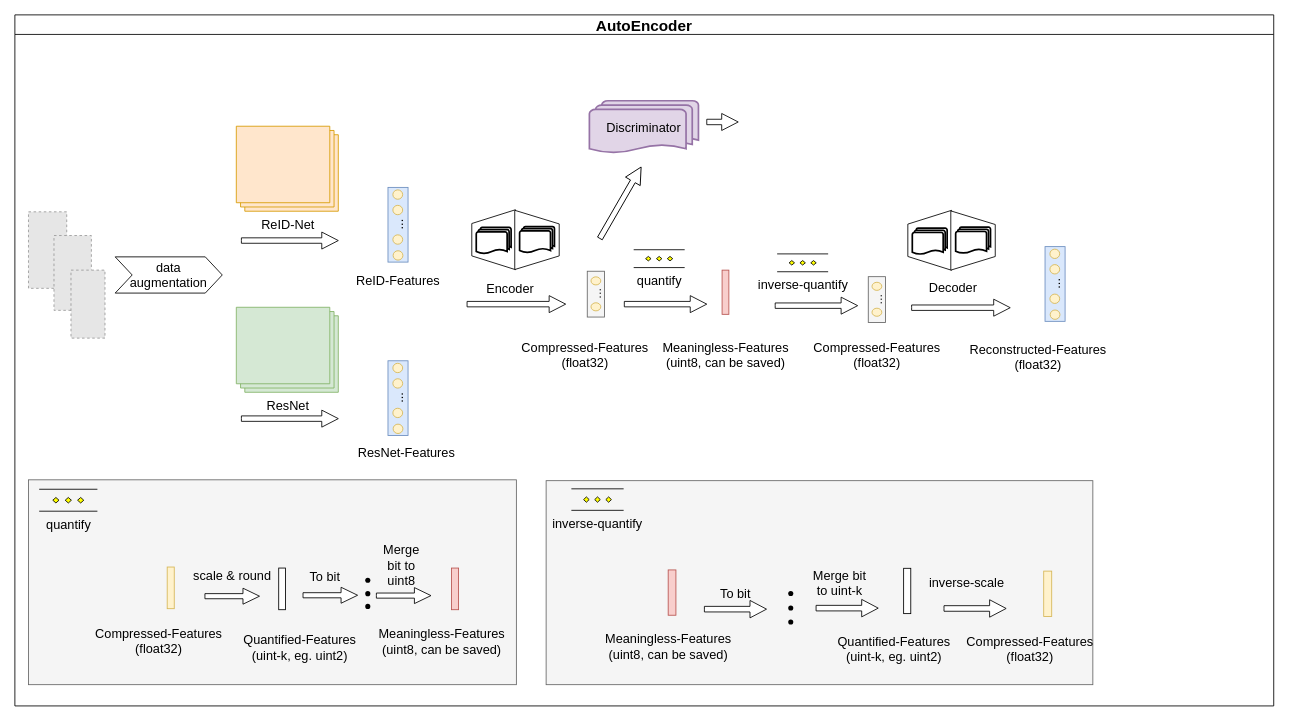
The draw.io diagram ganae.drawio in Wu-Xiang123/Hello-GItHub, before the edit. Source tidied: cells renumbered, new cells numbered last; positions are measured from the earlier drawing's top-left corner, leaving out a move shared by most shapes. Both pictures are drawn from the tidied source at 85%, with x=0, y=0 at pixel (14, 14). Pictures stored in the file or linked from it are replaced by grey dashed boxes.
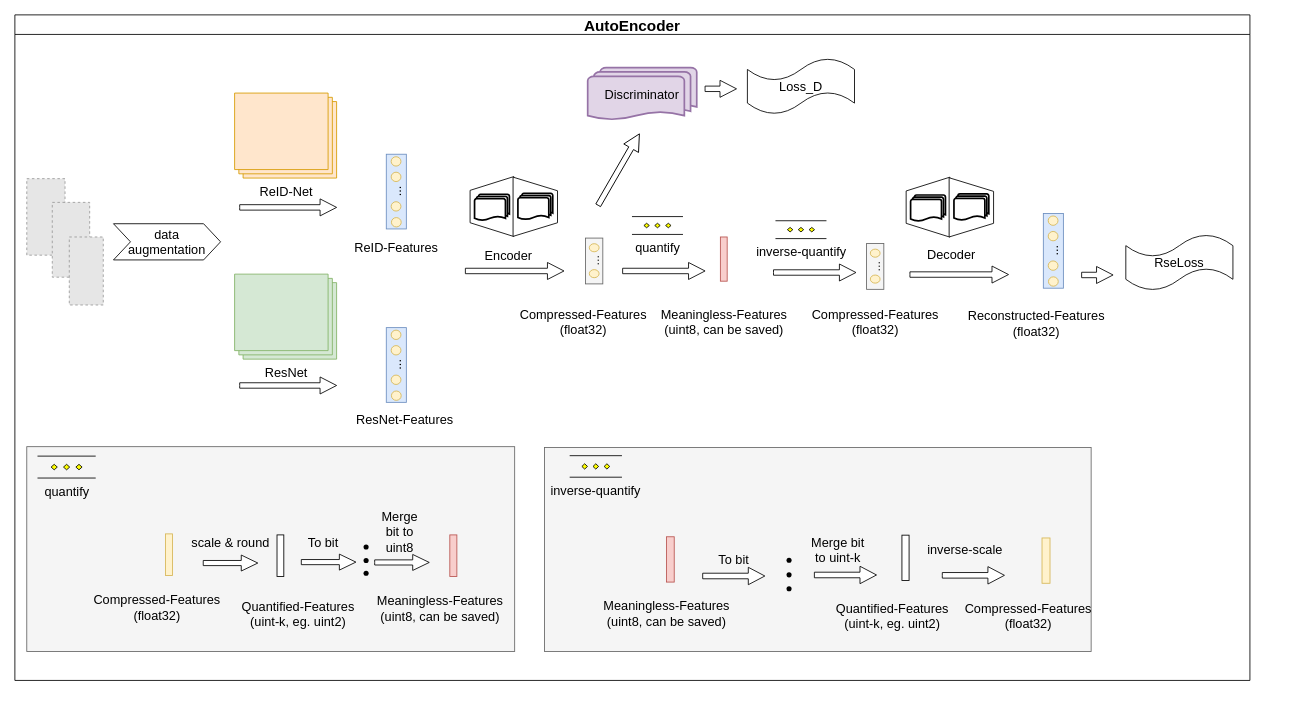
The same diagram, later.

What changed in the source:
```diff
@@
     <mxCell id="2" value="AutoEncoder" style="swimlane;fontSize=18;" parent="1" vertex="1">
-      <mxGeometry width="1481" height="813" as="geometry" />
+      <mxGeometry width="1453" height="783" as="geometry" />
     </mxCell>
     <mxCell id="3" style="fillColor=#E6E6E6;strokeColor=#999999;dashed=1;verticalLabelPosition=bottom;labelBackgroundColor=default;verticalAlign=top;fontSize=15;" parent="2" vertex="1">
-      <mxGeometry x="16" y="231.7" width="45" height="90" as="geometry" />
+      <mxGeometry x="14" y="192.7" width="45" height="90" as="geometry" />
     </mxCell>
     <mxCell id="4" style="fillColor=#E6E6E6;strokeColor=#999999;dashed=1;verticalLabelPosition=bottom;labelBackgroundColor=default;verticalAlign=top;fontSize=15;" parent="2" vertex="1">
-      <mxGeometry x="46" y="259.6" width="44" height="88" as="geometry" />
+      <mxGeometry x="44" y="220.6" width="44" height="88" as="geometry" />
     </mxCell>
     <mxCell id="5" style="fillColor=#E6E6E6;strokeColor=#999999;dashed=1;verticalLabelPosition=bottom;labelBackgroundColor=default;verticalAlign=top;fontSize=15;" parent="2" vertex="1">
-      <mxGeometry x="66" y="300.3" width="40" height="80" as="geometry" />
+      <mxGeometry x="64" y="261.3" width="40" height="80" as="geometry" />
     </mxCell>
     <mxCell id="6" value="ReID-Net" style="verticalLabelPosition=bottom;verticalAlign=top;html=1;shape=mxgraph.basic.layered_rect;dx=10;fillColor=#ffe6cc;strokeColor=#d79b00;fontSize=15;" parent="2" vertex="1">
-      <mxGeometry x="260.5" y="131" width="120" height="100" as="geometry" />
+      <mxGeometry x="258.5" y="92" width="120" height="100" as="geometry" />
     </mxCell>
     <mxCell id="7" value="&lt;font style=&quot;font-size: 15px; line-height: 1;&quot;&gt;ReID-Features&lt;br style=&quot;font-size: 15px;&quot;&gt;&lt;/font&gt;" style="text;html=1;align=center;verticalAlign=middle;whiteSpace=wrap;rounded=0;fontSize=15;" parent="2" vertex="1">
-      <mxGeometry x="396" y="297.3" width="109.5" height="30" as="geometry" />
+      <mxGeometry x="394" y="258.3" width="109.5" height="30" as="geometry" />
     </mxCell>
     <mxCell id="8" value="ResNet" style="verticalLabelPosition=bottom;verticalAlign=top;html=1;shape=mxgraph.basic.layered_rect;dx=10;fillColor=#d5e8d4;strokeColor=#82b366;fontSize=15;" parent="2" vertex="1">
-      <mxGeometry x="260.5" y="344" width="120" height="100" as="geometry" />
+      <mxGeometry x="258.5" y="305" width="120" height="100" as="geometry" />
     </mxCell>
     <mxCell id="9" value="&lt;font style=&quot;font-size: 15px; line-height: 1;&quot;&gt;ResNet-Features&lt;br style=&quot;font-size: 15px;&quot;&gt;&lt;/font&gt;" style="text;html=1;align=center;verticalAlign=middle;whiteSpace=wrap;rounded=0;fontSize=15;" parent="2" vertex="1">
-      <mxGeometry x="396" y="500" width="130" height="30" as="geometry" />
+      <mxGeometry x="394" y="461" width="130" height="30" as="geometry" />
     </mxCell>
     <mxCell id="10" style="html=1;shadow=0;dashed=0;align=center;verticalAlign=middle;shape=mxgraph.arrows2.arrow;dy=0.68;dx=19.45;notch=0;fontSize=15;" parent="2" vertex="1">
-      <mxGeometry x="266.5" y="255.5" width="114" height="20" as="geometry" />
+      <mxGeometry x="264.5" y="216.5" width="114" height="20" as="geometry" />
     </mxCell>
     <mxCell id="11" style="html=1;shadow=0;dashed=0;align=center;verticalAlign=middle;shape=mxgraph.arrows2.arrow;dy=0.68;dx=19.45;notch=0;fontSize=15;" parent="2" vertex="1">
-      <mxGeometry x="266.5" y="465" width="114" height="20" as="geometry" />
+      <mxGeometry x="264.5" y="426" width="114" height="20" as="geometry" />
     </mxCell>
     <mxCell id="12" value="data&lt;br style=&quot;font-size: 15px;&quot;&gt;augmentation" style="shape=step;perimeter=stepPerimeter;whiteSpace=wrap;html=1;fixedSize=1;fontSize=15;" parent="2" vertex="1">
-      <mxGeometry x="118" y="284.7" width="126" height="42.6" as="geometry" />
+      <mxGeometry x="116" y="245.7" width="126" height="42.6" as="geometry" />
     </mxCell>
     <mxCell id="13" style="html=1;shadow=0;dashed=0;align=center;verticalAlign=middle;shape=mxgraph.arrows2.arrow;dy=0.68;dx=19.45;notch=0;fontSize=15;" parent="2" vertex="1">
-      <mxGeometry x="532" y="330.3" width="116" height="20" as="geometry" />
+      <mxGeometry x="530" y="291.3" width="116" height="20" as="geometry" />
     </mxCell>
     <mxCell id="14" value="&lt;font style=&quot;font-size: 15px; line-height: 1;&quot;&gt;Encoder&lt;br style=&quot;font-size: 15px;&quot;&gt;&lt;/font&gt;" style="text;html=1;align=center;verticalAlign=middle;whiteSpace=wrap;rounded=0;fontSize=15;" parent="2" vertex="1">
-      <mxGeometry x="528" y="307.3" width="109.5" height="30" as="geometry" />
+      <mxGeometry x="526" y="268.3" width="109.5" height="30" as="geometry" />
     </mxCell>
     <mxCell id="15" style="group;fontSize=15;" parent="2" vertex="1">
-      <mxGeometry x="438.9" y="203" width="23.7" height="87.9" as="geometry" />
+      <mxGeometry x="436.9" y="164" width="23.7" height="87.9" as="geometry" />
     </mxCell>
@@
     <mxCell id="21" style="group;fontSize=15;" parent="2" vertex="1">
-      <mxGeometry x="438.9" y="407" width="23.7" height="87.9" as="geometry" />
+      <mxGeometry x="436.9" y="368" width="23.7" height="87.9" as="geometry" />
     </mxCell>
@@
     <mxCell id="27" style="group;fontSize=15;" parent="2" vertex="1">
-      <mxGeometry x="1002.6" y="297.3" width="51.4" height="75.3" as="geometry" />
+      <mxGeometry x="1000.6" y="258.3" width="51.4" height="75.3" as="geometry" />
     </mxCell>
@@
     <mxCell id="31" value="&lt;font style=&quot;font-size: 15px; line-height: 1;&quot;&gt;Compressed-Features&lt;br style=&quot;font-size: 15px;&quot;&gt;(float32)&lt;br style=&quot;font-size: 15px;&quot;&gt;&lt;/font&gt;" style="text;html=1;align=center;verticalAlign=middle;whiteSpace=wrap;rounded=0;fontSize=15;" parent="2" vertex="1">
-      <mxGeometry x="594" y="385" width="153.5" height="30" as="geometry" />
+      <mxGeometry x="592" y="346" width="153.5" height="30" as="geometry" />
     </mxCell>
     <mxCell id="32" style="html=1;shadow=0;dashed=0;align=center;verticalAlign=middle;shape=mxgraph.arrows2.arrow;dy=0.68;dx=19.45;notch=0;fontSize=15;" parent="2" vertex="1">
-      <mxGeometry x="717" y="330.3" width="97" height="20" as="geometry" />
+      <mxGeometry x="715" y="291.3" width="97" height="20" as="geometry" />
     </mxCell>
     <mxCell id="33" value="quantify" style="verticalLabelPosition=bottom;verticalAlign=top;html=1;shape=mxgraph.flowchart.parallel_mode;fontSize=15;" parent="2" vertex="1">
-      <mxGeometry x="728" y="276.3" width="60" height="21" as="geometry" />
+      <mxGeometry x="726" y="237.3" width="60" height="21" as="geometry" />
     </mxCell>
     <mxCell id="34" style="html=1;shadow=0;dashed=0;align=center;verticalAlign=middle;shape=mxgraph.arrows2.arrow;dy=0.68;dx=19.45;notch=0;fontSize=15;" parent="2" vertex="1">
-      <mxGeometry x="894.5" y="332.1" width="97" height="20" as="geometry" />
+      <mxGeometry x="892.5" y="293.1" width="97" height="20" as="geometry" />
     </mxCell>
     <mxCell id="35" value="inverse-quantify" style="verticalLabelPosition=bottom;verticalAlign=top;html=1;shape=mxgraph.flowchart.parallel_mode;fontSize=15;" parent="2" vertex="1">
-      <mxGeometry x="896.8" y="281.2" width="60" height="21" as="geometry" />
+      <mxGeometry x="894.8" y="242.2" width="60" height="21" as="geometry" />
     </mxCell>
     <mxCell id="36" style="rounded=0;whiteSpace=wrap;html=1;fontSize=15;fillColor=#f8cecc;strokeColor=#b85450;" parent="2" vertex="1">
-      <mxGeometry x="832" y="300.3" width="8" height="52" as="geometry" />
+      <mxGeometry x="830" y="261.3" width="8" height="52" as="geometry" />
     </mxCell>
     <mxCell id="37" value="&lt;font style=&quot;font-size: 15px; line-height: 1;&quot;&gt;Meaningless-Features&lt;br style=&quot;font-size: 15px;&quot;&gt;(uint8, can be saved)&lt;br style=&quot;font-size: 15px;&quot;&gt;&lt;/font&gt;" style="text;html=1;align=center;verticalAlign=middle;whiteSpace=wrap;rounded=0;fontSize=15;" parent="2" vertex="1">
-      <mxGeometry x="761" y="385" width="150.5" height="30" as="geometry" />
+      <mxGeometry x="759" y="346" width="150.5" height="30" as="geometry" />
     </mxCell>
     <mxCell id="38" style="group;fontSize=15;" parent="2" vertex="1">
-      <mxGeometry x="1054" y="251.4" width="225.2" height="160.6" as="geometry" />
+      <mxGeometry x="1052" y="212.4" width="225.2" height="160.6" as="geometry" />
     </mxCell>
@@
     <mxCell id="48" style="group;fontSize=15;" parent="2" vertex="1">
-      <mxGeometry x="16" y="547" width="574" height="241" as="geometry" />
+      <mxGeometry x="14" y="508" width="574" height="241" as="geometry" />
     </mxCell>
@@
     <mxCell id="66" style="group;fontSize=15;" parent="2" vertex="1">
-      <mxGeometry x="625" y="548" width="663" height="240" as="geometry" />
+      <mxGeometry x="623" y="509" width="663" height="240" as="geometry" />
     </mxCell>
@@
     <mxCell id="84" value="&lt;font style=&quot;font-size: 15px; line-height: 1;&quot;&gt;Compressed-Features&lt;br style=&quot;font-size: 15px;&quot;&gt;(float32)&lt;br style=&quot;font-size: 15px;&quot;&gt;&lt;/font&gt;" style="text;html=1;align=center;verticalAlign=middle;whiteSpace=wrap;rounded=0;fontSize=15;" parent="2" vertex="1">
-      <mxGeometry x="934" y="385" width="161" height="30" as="geometry" />
+      <mxGeometry x="932" y="346" width="161" height="30" as="geometry" />
     </mxCell>
     <mxCell id="85" style="group;fontSize=15;" parent="2" vertex="1">
-      <mxGeometry x="672" y="290.9" width="51.4" height="75.3" as="geometry" />
+      <mxGeometry x="670" y="251.9" width="51.4" height="75.3" as="geometry" />
     </mxCell>
@@
     <mxCell id="89" style="verticalLabelPosition=middle;verticalAlign=middle;html=1;shape=trapezoid;perimeter=trapezoidPerimeter;whiteSpace=wrap;size=0.23;arcSize=10;flipV=1;labelPosition=center;align=center;rotation=90;fontSize=15;" parent="2" vertex="1">
-      <mxGeometry x="1041" y="239.5" width="70.5" height="51.4" as="geometry" />
+      <mxGeometry x="1039" y="200.5" width="70.5" height="51.4" as="geometry" />
     </mxCell>
     <mxCell id="90" style="strokeWidth=2;html=1;shape=mxgraph.flowchart.multi-document;whiteSpace=wrap;fontSize=15;" parent="2" vertex="1">
-      <mxGeometry x="1055.8" y="250.9" width="41" height="31" as="geometry" />
+      <mxGeometry x="1053.8" y="211.9" width="41" height="31" as="geometry" />
     </mxCell>
     <mxCell id="91" style="verticalLabelPosition=middle;verticalAlign=middle;html=1;shape=trapezoid;perimeter=trapezoidPerimeter;whiteSpace=wrap;size=0.23;arcSize=10;flipV=1;labelPosition=center;align=center;rotation=-90;fontSize=15;" parent="2" vertex="1">
-      <mxGeometry x="1092.4" y="239.3" width="69.7" height="52.3" as="geometry" />
+      <mxGeometry x="1090.4" y="200.3" width="69.7" height="52.3" as="geometry" />
     </mxCell>
     <mxCell id="92" style="strokeWidth=2;html=1;shape=mxgraph.flowchart.multi-document;whiteSpace=wrap;fontSize=15;" parent="2" vertex="1">
-      <mxGeometry x="1106.8" y="249.7" width="41" height="31" as="geometry" />
+      <mxGeometry x="1104.8" y="210.7" width="41" height="31" as="geometry" />
     </mxCell>
     <mxCell id="93" style="verticalLabelPosition=middle;verticalAlign=middle;html=1;shape=trapezoid;perimeter=trapezoidPerimeter;whiteSpace=wrap;size=0.23;arcSize=10;flipV=1;labelPosition=center;align=center;rotation=90;fontSize=15;" parent="2" vertex="1">
-      <mxGeometry x="528" y="238.8" width="70.5" height="51.4" as="geometry" />
+      <mxGeometry x="526" y="199.8" width="70.5" height="51.4" as="geometry" />
     </mxCell>
     <mxCell id="94" style="strokeWidth=2;html=1;shape=mxgraph.flowchart.multi-document;whiteSpace=wrap;fontSize=15;" parent="2" vertex="1">
-      <mxGeometry x="542.8" y="250.1" width="41" height="31" as="geometry" />
+      <mxGeometry x="540.8" y="211.1" width="41" height="31" as="geometry" />
     </mxCell>
     <mxCell id="95" style="verticalLabelPosition=middle;verticalAlign=middle;html=1;shape=trapezoid;perimeter=trapezoidPerimeter;whiteSpace=wrap;size=0.23;arcSize=10;flipV=1;labelPosition=center;align=center;rotation=-90;fontSize=15;" parent="2" vertex="1">
-      <mxGeometry x="579.4" y="238.6" width="69.7" height="52.3" as="geometry" />
+      <mxGeometry x="577.4" y="199.6" width="69.7" height="52.3" as="geometry" />
     </mxCell>
     <mxCell id="96" style="strokeWidth=2;html=1;shape=mxgraph.flowchart.multi-document;whiteSpace=wrap;fontSize=15;" parent="2" vertex="1">
-      <mxGeometry x="593.8" y="249" width="41" height="31" as="geometry" />
+      <mxGeometry x="591.8" y="210" width="41" height="31" as="geometry" />
     </mxCell>
     <mxCell id="97" value="&lt;font style=&quot;font-size: 15px&quot;&gt;Discriminator&lt;/font&gt;" style="strokeWidth=2;html=1;shape=mxgraph.flowchart.multi-document;whiteSpace=wrap;fillColor=#e1d5e7;strokeColor=#9673a6;" parent="2" vertex="1">
-      <mxGeometry x="675.9" y="101" width="128.3" height="62" as="geometry" />
+      <mxGeometry x="673.9" y="62" width="128.3" height="62" as="geometry" />
     </mxCell>
     <mxCell id="98" style="html=1;shadow=0;dashed=0;align=center;verticalAlign=middle;shape=mxgraph.arrows2.arrow;dy=0.68;dx=19.45;notch=0;fontSize=15;rotation=-60;" parent="2" vertex="1">
-      <mxGeometry x="664" y="211" width="97" height="20" as="geometry" />
+      <mxGeometry x="662" y="172" width="97" height="20" as="geometry" />
     </mxCell>
     <mxCell id="99" style="html=1;shadow=0;dashed=0;align=center;verticalAlign=middle;shape=mxgraph.arrows2.arrow;dy=0.68;dx=19.45;notch=0;fontSize=15;rotation=0;" parent="2" vertex="1">
-      <mxGeometry x="814" y="116" width="37" height="20" as="geometry" />
+      <mxGeometry x="812" y="77" width="37" height="20" as="geometry" />
     </mxCell>
+    <mxCell id="100" value="Loss_D" style="shape=tape;whiteSpace=wrap;html=1;fontSize=15;" parent="2" vertex="1">
+      <mxGeometry x="861.8" y="51" width="126" height="66" as="geometry" />
+    </mxCell>
+    <mxCell id="101" style="html=1;shadow=0;dashed=0;align=center;verticalAlign=middle;shape=mxgraph.arrows2.arrow;dy=0.68;dx=19.45;notch=0;fontSize=15;rotation=0;" parent="2" vertex="1">
+      <mxGeometry x="1255" y="296" width="37" height="20" as="geometry" />
+    </mxCell>
+    <mxCell id="102" value="RseLoss" style="shape=tape;whiteSpace=wrap;html=1;fontSize=15;" parent="2" vertex="1">
+      <mxGeometry x="1307" y="258.3" width="126" height="66" as="geometry" />
+    </mxCell>
```
